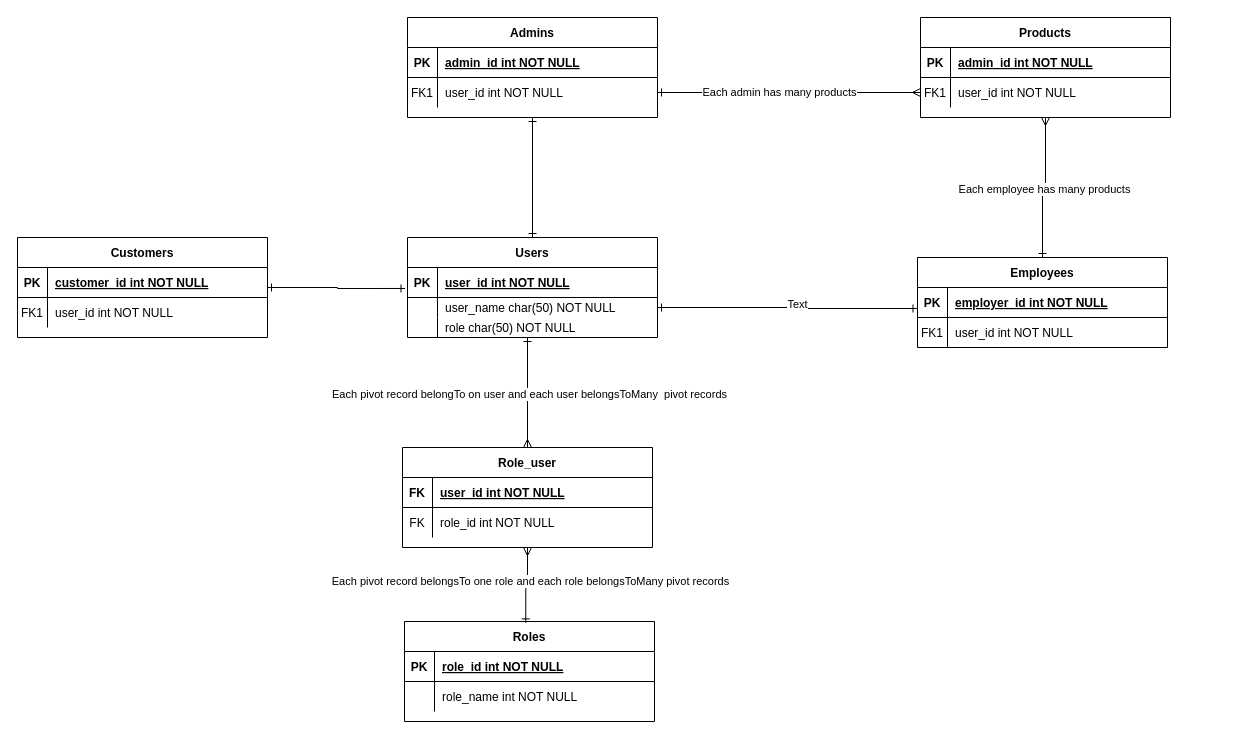
Above: revan-store.drawio in Abdulla-kamal/Revan-store (draw.io), before the change. Source tidied: cells renumbered, new cells numbered last; positions are measured from the earlier drawing's top-left corner, leaving out a move shared by most shapes. Both pictures are drawn from the tidied source at 100%, with x=0, y=0 at pixel (17, 17).
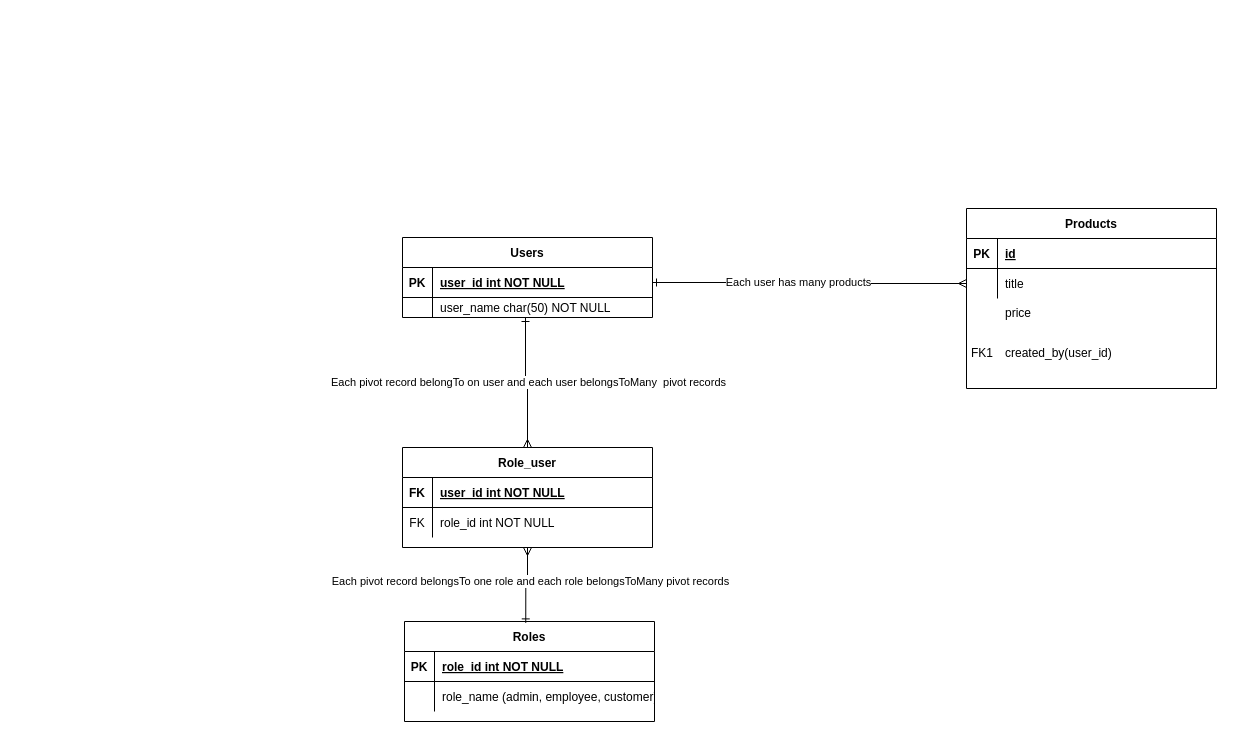
After the change.

The change refers to these unchanged cells:
```xml
<mxCell id="15" style="shape=partialRectangle;fillColor=none;top=0;left=0;right=0;bottom=0;" parent="11" vertex="1">
  <mxGeometry y="60" width="250" height="30" as="geometry" />
</mxCell>
<mxCell id="20" style="shape=partialRectangle;fillColor=none;points=[[0,0.5],[1,0.5]];portConstraint=eastwest;top=0;left=0;right=0;bottom=1;" parent="19" vertex="1">
  <mxGeometry y="30" width="250" height="30" as="geometry" />
</mxCell>
<mxCell id="23" style="shape=partialRectangle;fillColor=none;points=[[0,0.5],[1,0.5]];portConstraint=eastwest;top=0;left=0;right=0;bottom=0;" parent="19" vertex="1">
  <mxGeometry y="60" width="250" height="20" as="geometry" />
</mxCell>
<mxCell id="31" value="Role_user" style="shape=table;startSize=30;childLayout=tableLayout;rowLines=0;fontStyle=1;align=center;" parent="1" vertex="1">
  <mxGeometry x="385" y="430" width="250" height="100" as="geometry" />
</mxCell>
<mxCell id="58" style="shape=partialRectangle;fillColor=none;top=0;left=0;right=0;bottom=1;" parent="57" vertex="1">
  <mxGeometry y="30" width="250" height="30" as="geometry" />
</mxCell>
<mxCell id="61" style="shape=partialRectangle;fillColor=none;points=[[0,0.5],[1,0.5]];portConstraint=eastwest;top=0;left=0;right=0;bottom=0;" parent="57" vertex="1">
  <mxGeometry y="60" width="250" height="30" as="geometry" />
</mxCell>
```

The edit, as a diff of the source:
```diff
@@
-    <mxCell id="2" style="edgeStyle=orthogonalEdgeStyle;rounded=0;jettySize=auto;html=1;entryX=0.5;entryY=1;entryDx=0;entryDy=0;startArrow=ERone;startFill=0;endArrow=ERmany;endFill=0;" parent="1" edge="1" source="4" target="57">
-      <mxGeometry relative="1" as="geometry" />
-    </mxCell>
-    <mxCell id="3" value="Each employee has many products" style="edgeLabel;html=1;align=center;verticalAlign=middle;" parent="2" vertex="1">
-      <mxGeometry x="-0.04" y="-1" relative="1" as="geometry" />
-    </mxCell>
-    <mxCell id="4" value="Employees" style="shape=table;startSize=30;childLayout=tableLayout;rowLines=0;fontStyle=1;align=center;" parent="1" vertex="1">
-      <mxGeometry x="900" y="240" width="250" height="90" as="geometry" />
-    </mxCell>
-    <mxCell id="5" style="shape=partialRectangle;fillColor=none;points=[[0,0.5],[1,0.5]];portConstraint=eastwest;top=0;left=0;right=0;bottom=1;" parent="4" vertex="1">
-      <mxGeometry y="30" width="250" height="30" as="geometry" />
-    </mxCell>
-    <mxCell id="6" value="PK" style="shape=partialRectangle;overflow=hidden;fillColor=none;top=0;left=0;bottom=0;right=0;fontStyle=1;" parent="5" vertex="1">
-      <mxGeometry width="30" height="30" as="geometry" />
-    </mxCell>
-    <mxCell id="7" value="employer_id int NOT NULL " style="shape=partialRectangle;overflow=hidden;fillColor=none;top=0;left=0;bottom=0;right=0;align=left;spacingLeft=6;fontStyle=5;" parent="5" vertex="1">
-      <mxGeometry x="30" width="220" height="30" as="geometry" />
-    </mxCell>
-    <mxCell id="8" style="shape=partialRectangle;fillColor=none;top=0;left=0;right=0;bottom=0;" parent="4" vertex="1">
-      <mxGeometry y="60" width="250" height="30" as="geometry" />
-    </mxCell>
-    <mxCell id="9" value="FK1" style="shape=partialRectangle;overflow=hidden;fillColor=none;top=0;left=0;bottom=0;right=0;" parent="8" vertex="1">
-      <mxGeometry width="30" height="30" as="geometry" />
-    </mxCell>
-    <mxCell id="10" value="user_id int NOT NULL" style="shape=partialRectangle;overflow=hidden;fillColor=none;top=0;left=0;bottom=0;right=0;align=left;spacingLeft=6;" parent="8" vertex="1">
-      <mxGeometry x="30" width="220" height="30" as="geometry" />
-    </mxCell>
@@
-    <mxCell id="17" value="role_name int NOT NULL" style="shape=partialRectangle;overflow=hidden;fillColor=none;top=0;left=0;bottom=0;right=0;align=left;spacingLeft=6;" parent="15" vertex="1">
+    <mxCell id="17" value="role_name (admin, employee, customer)" style="shape=partialRectangle;overflow=hidden;fillColor=none;top=0;left=0;bottom=0;right=0;align=left;spacingLeft=6;" parent="15" vertex="1">
       <mxGeometry x="30" width="220" height="30" as="geometry" />
     </mxCell>
-    <mxCell id="18" style="edgeStyle=orthogonalEdgeStyle;rounded=0;jettySize=auto;html=1;entryX=0.5;entryY=1;entryDx=0;entryDy=0;endArrow=ERone;endFill=0;startArrow=ERone;startFill=0;" parent="1" edge="1" source="19" target="42">
-      <mxGeometry relative="1" as="geometry" />
-    </mxCell>
     <mxCell id="19" value="Users" style="shape=table;startSize=30;childLayout=tableLayout;rowLines=0;fontStyle=1;align=center;" parent="1" vertex="1">
-      <mxGeometry x="390" y="220" width="250" height="100" as="geometry" />
+      <mxGeometry x="385" y="220" width="250" height="80" as="geometry" />
     </mxCell>
@@
-    <mxCell id="26" style="shape=partialRectangle;fillColor=none;points=[[0,0.5],[1,0.5]];portConstraint=eastwest;top=0;left=0;right=0;bottom=0;" parent="19" vertex="1">
-      <mxGeometry y="80" width="250" height="20" as="geometry" />
-    </mxCell>
-    <mxCell id="27" style="shape=partialRectangle;overflow=hidden;fillColor=none;top=0;left=0;bottom=0;right=0;" parent="26" vertex="1">
-      <mxGeometry width="30" height="20" as="geometry" />
-    </mxCell>
-    <mxCell id="28" value="role char(50) NOT NULL" style="shape=partialRectangle;overflow=hidden;fillColor=none;top=0;left=0;bottom=0;right=0;align=left;spacingLeft=6;" parent="26" vertex="1">
-      <mxGeometry x="30" width="220" height="20" as="geometry" />
-    </mxCell>
-    <mxCell id="29" style="edgeStyle=orthogonalEdgeStyle;rounded=0;jettySize=auto;html=1;entryX=-0.002;entryY=0.699;entryDx=0;entryDy=0;entryPerimeter=0;endArrow=ERone;endFill=0;startArrow=ERone;startFill=0;" parent="1" edge="1" source="23" target="5">
-      <mxGeometry relative="1" as="geometry" />
-    </mxCell>
-    <mxCell id="30" value="Text" style="edgeLabel;html=1;align=center;verticalAlign=middle;" parent="29" vertex="1">
-      <mxGeometry x="0.08" y="4" relative="1" as="geometry" />
-    </mxCell>
@@
-    <mxCell id="38" style="edgeStyle=orthogonalEdgeStyle;rounded=0;jettySize=auto;html=1;entryX=0.48;entryY=1;entryDx=0;entryDy=0;entryPerimeter=0;endArrow=ERone;endFill=0;startArrow=ERmany;startFill=0;" parent="1" edge="1" source="31" target="26">
+    <mxCell id="38" style="edgeStyle=orthogonalEdgeStyle;rounded=0;jettySize=auto;html=1;endArrow=ERone;endFill=0;startArrow=ERmany;startFill=0;entryX=0.492;entryY=1;entryDx=0;entryDy=0;entryPerimeter=0;" parent="1" edge="1" source="31" target="23">
       <mxGeometry relative="1" as="geometry" />
     </mxCell>
@@
-    <mxCell id="42" value="Admins" style="shape=table;startSize=30;childLayout=tableLayout;rowLines=0;fontStyle=1;align=center;" parent="1" vertex="1">
-      <mxGeometry x="390" width="250" height="100" as="geometry" />
-    </mxCell>
-    <mxCell id="43" style="shape=partialRectangle;fillColor=none;top=0;left=0;right=0;bottom=1;" parent="42" vertex="1">
-      <mxGeometry y="30" width="250" height="30" as="geometry" />
-    </mxCell>
-    <mxCell id="44" value="PK" style="shape=partialRectangle;overflow=hidden;fillColor=none;top=0;left=0;bottom=0;right=0;fontStyle=1;" parent="43" vertex="1">
-      <mxGeometry width="30" height="30" as="geometry" />
-    </mxCell>
-    <mxCell id="45" value="admin_id int NOT NULL " style="shape=partialRectangle;overflow=hidden;fillColor=none;top=0;left=0;bottom=0;right=0;align=left;spacingLeft=6;fontStyle=5;" parent="43" vertex="1">
-      <mxGeometry x="30" width="220" height="30" as="geometry" />
-    </mxCell>
-    <mxCell id="46" style="shape=partialRectangle;fillColor=none;points=[[0,0.5],[1,0.5]];portConstraint=eastwest;top=0;left=0;right=0;bottom=0;" parent="42" vertex="1">
-      <mxGeometry y="60" width="250" height="30" as="geometry" />
-    </mxCell>
-    <mxCell id="47" value="FK1" style="shape=partialRectangle;overflow=hidden;fillColor=none;top=0;left=0;bottom=0;right=0;" parent="46" vertex="1">
-      <mxGeometry width="30" height="30" as="geometry" />
-    </mxCell>
-    <mxCell id="48" value="user_id int NOT NULL" style="shape=partialRectangle;overflow=hidden;fillColor=none;top=0;left=0;bottom=0;right=0;align=left;spacingLeft=6;" parent="46" vertex="1">
-      <mxGeometry x="30" width="220" height="30" as="geometry" />
-    </mxCell>
-    <mxCell id="49" value="Customers" style="shape=table;startSize=30;childLayout=tableLayout;rowLines=0;fontStyle=1;align=center;" parent="1" vertex="1">
-      <mxGeometry y="220" width="250" height="100" as="geometry" />
-    </mxCell>
-    <mxCell id="50" style="shape=partialRectangle;fillColor=none;top=0;left=0;right=0;bottom=1;" parent="49" vertex="1">
-      <mxGeometry y="30" width="250" height="30" as="geometry" />
-    </mxCell>
-    <mxCell id="51" value="PK" style="shape=partialRectangle;overflow=hidden;fillColor=none;top=0;left=0;bottom=0;right=0;fontStyle=1;" parent="50" vertex="1">
-      <mxGeometry width="30" height="30" as="geometry" />
-    </mxCell>
-    <mxCell id="52" value="customer_id int NOT NULL " style="shape=partialRectangle;overflow=hidden;fillColor=none;top=0;left=0;bottom=0;right=0;align=left;spacingLeft=6;fontStyle=5;" parent="50" vertex="1">
-      <mxGeometry x="30" width="220" height="30" as="geometry" />
-    </mxCell>
-    <mxCell id="53" style="shape=partialRectangle;fillColor=none;top=0;left=0;right=0;bottom=0;" parent="49" vertex="1">
-      <mxGeometry y="60" width="250" height="30" as="geometry" />
-    </mxCell>
-    <mxCell id="54" value="FK1" style="shape=partialRectangle;overflow=hidden;fillColor=none;top=0;left=0;bottom=0;right=0;" parent="53" vertex="1">
-      <mxGeometry width="30" height="30" as="geometry" />
-    </mxCell>
-    <mxCell id="55" value="user_id int NOT NULL" style="shape=partialRectangle;overflow=hidden;fillColor=none;top=0;left=0;bottom=0;right=0;align=left;spacingLeft=6;" parent="53" vertex="1">
-      <mxGeometry x="30" width="220" height="30" as="geometry" />
-    </mxCell>
-    <mxCell id="56" style="edgeStyle=orthogonalEdgeStyle;rounded=0;jettySize=auto;html=1;endArrow=ERone;endFill=0;startArrow=ERone;startFill=0;entryX=-0.01;entryY=0.699;entryDx=0;entryDy=0;entryPerimeter=0;" parent="1" edge="1" source="49" target="20">
-      <mxGeometry relative="1" as="geometry" />
-    </mxCell>
     <mxCell id="57" value="Products" style="shape=table;startSize=30;childLayout=tableLayout;rowLines=0;fontStyle=1;align=center;" parent="1" vertex="1">
-      <mxGeometry x="903" width="250" height="100" as="geometry" />
+      <mxGeometry x="949" y="191" width="250" height="180" as="geometry" />
     </mxCell>
@@
     <mxCell id="59" value="PK" style="shape=partialRectangle;overflow=hidden;fillColor=none;top=0;left=0;bottom=0;right=0;fontStyle=1;" parent="58" vertex="1">
-      <mxGeometry width="30" height="30" as="geometry" />
+      <mxGeometry width="31" height="30" as="geometry" />
     </mxCell>
-    <mxCell id="60" value="admin_id int NOT NULL " style="shape=partialRectangle;overflow=hidden;fillColor=none;top=0;left=0;bottom=0;right=0;align=left;spacingLeft=6;fontStyle=5;" parent="58" vertex="1">
-      <mxGeometry x="30" width="220" height="30" as="geometry" />
+    <mxCell id="60" value="id" style="shape=partialRectangle;overflow=hidden;fillColor=none;top=0;left=0;bottom=0;right=0;align=left;spacingLeft=6;fontStyle=5;" parent="58" vertex="1">
+      <mxGeometry x="31" width="219" height="30" as="geometry" />
     </mxCell>
@@
-    <mxCell id="62" value="FK1" style="shape=partialRectangle;overflow=hidden;fillColor=none;top=0;left=0;bottom=0;right=0;" parent="61" vertex="1">
-      <mxGeometry width="30" height="30" as="geometry" />
+    <mxCell id="62" style="shape=partialRectangle;overflow=hidden;fillColor=none;top=0;left=0;bottom=0;right=0;" parent="61" vertex="1">
+      <mxGeometry width="31" height="30" as="geometry" />
     </mxCell>
-    <mxCell id="63" value="user_id int NOT NULL" style="shape=partialRectangle;overflow=hidden;fillColor=none;top=0;left=0;bottom=0;right=0;align=left;spacingLeft=6;" parent="61" vertex="1">
-      <mxGeometry x="30" width="220" height="30" as="geometry" />
+    <mxCell id="63" value="title" style="shape=partialRectangle;overflow=hidden;fillColor=none;top=0;left=0;bottom=0;right=0;align=left;spacingLeft=6;" parent="61" vertex="1">
+      <mxGeometry x="31" width="219" height="30" as="geometry" />
     </mxCell>
-    <mxCell id="64" style="edgeStyle=orthogonalEdgeStyle;rounded=0;jettySize=auto;html=1;exitX=1;exitY=0.5;exitDx=0;exitDy=0;entryX=0;entryY=0.5;entryDx=0;entryDy=0;startArrow=ERone;startFill=0;endArrow=ERmany;endFill=0;" parent="1" edge="1" source="46" target="61">
+    <mxCell id="64" style="edgeStyle=orthogonalEdgeStyle;rounded=0;jettySize=auto;html=1;exitX=1;exitY=0.5;exitDx=0;exitDy=0;entryX=0;entryY=0.5;entryDx=0;entryDy=0;startArrow=ERone;startFill=0;endArrow=ERmany;endFill=0;" parent="1" edge="1" source="20" target="61">
       <mxGeometry relative="1" as="geometry" />
     </mxCell>
-    <mxCell id="65" value="Each admin has many products" style="edgeLabel;html=1;align=center;verticalAlign=middle;" parent="64" vertex="1">
+    <mxCell id="65" value="Each user has many products" style="edgeLabel;html=1;align=center;verticalAlign=middle;" parent="64" vertex="1">
       <mxGeometry x="-0.08" y="1" relative="1" as="geometry" />
     </mxCell>
+    <mxCell id="66" style="shape=partialRectangle;fillColor=none;top=0;left=0;right=0;bottom=0;" parent="1" vertex="1">
+      <mxGeometry x="950" y="320" width="250" height="30" as="geometry" />
+    </mxCell>
+    <mxCell id="67" value="FK1" style="shape=partialRectangle;overflow=hidden;fillColor=none;top=0;left=0;bottom=0;right=0;" parent="66" vertex="1">
+      <mxGeometry width="30" height="30" as="geometry" />
+    </mxCell>
+    <mxCell id="68" value="created_by(user_id)" style="shape=partialRectangle;overflow=hidden;fillColor=none;top=0;left=0;bottom=0;right=0;align=left;spacingLeft=6;" parent="66" vertex="1">
+      <mxGeometry x="30" width="220" height="30" as="geometry" />
+    </mxCell>
+    <mxCell id="69" style="shape=partialRectangle;fillColor=none;top=0;left=0;right=0;bottom=0;" parent="1" vertex="1">
+      <mxGeometry x="950" y="280" width="250" height="30" as="geometry" />
+    </mxCell>
+    <mxCell id="70" style="shape=partialRectangle;overflow=hidden;fillColor=none;top=0;left=0;bottom=0;right=0;" parent="69" vertex="1">
+      <mxGeometry width="30" height="30" as="geometry" />
+    </mxCell>
+    <mxCell id="71" value="price" style="shape=partialRectangle;overflow=hidden;fillColor=none;top=0;left=0;bottom=0;right=0;align=left;spacingLeft=6;" parent="69" vertex="1">
+      <mxGeometry x="30" width="220" height="30" as="geometry" />
+    </mxCell>
```
